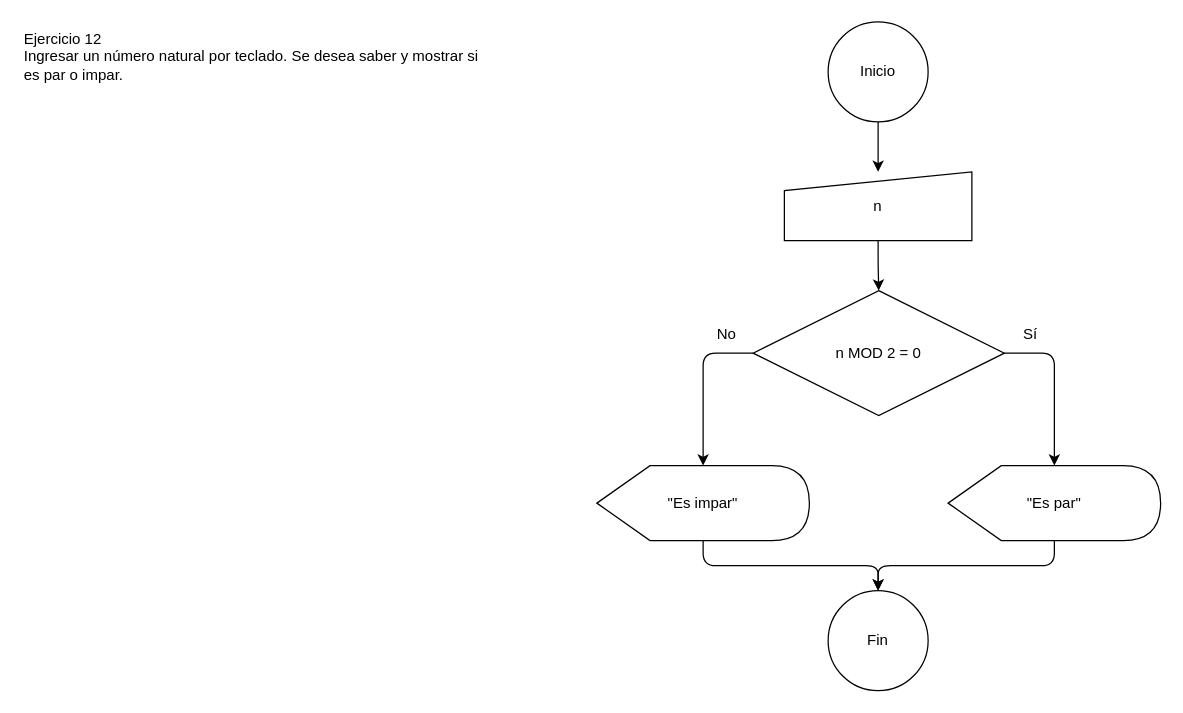
Above: DATOS Y ALGORITMOS/Practica/Diagramacion Logica/Parte 1/Ejercicio_12/diagrama.drawio in gonzalogiolitti/facultad-tcd (draw.io), before the change. Source tidied: cells renumbered, new cells numbered last; positions are measured from the earlier drawing's top-left corner, leaving out a move shared by most shapes. Both pictures are drawn from the tidied source at 125%, with x=0, y=0 at pixel (21, 21).
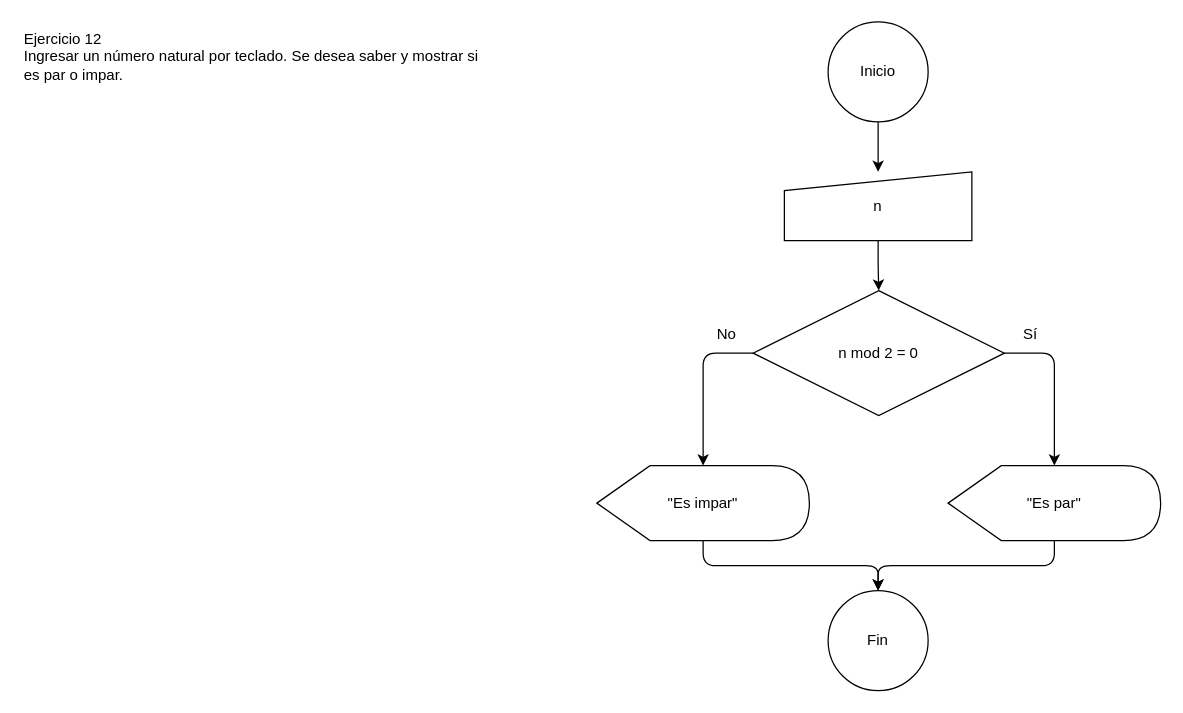
Above is the later version.

Change to the diagram source:
```diff
@@
-    <mxCell id="5" value="n MOD 2 = 0" style="rhombus;whiteSpace=wrap;html=1;" parent="1" vertex="1">
+    <mxCell id="5" value="n mod 2 = 0" style="rhombus;whiteSpace=wrap;html=1;" parent="1" vertex="1">
       <mxGeometry x="585" y="215" width="201" height="100" as="geometry" />
     </mxCell>
```
